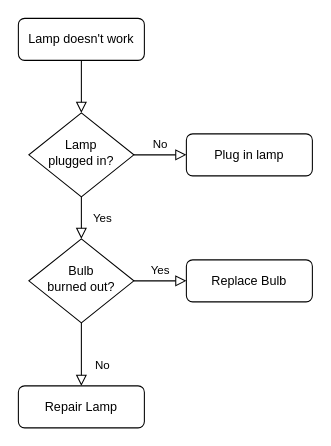
Earlier version of the draw.io diagram brandsCerts.drawio (tiesgr/brandsCerts). Source tidied: cells renumbered, new cells numbered last; positions are measured from the earlier drawing's top-left corner, leaving out a move shared by most shapes. Both pictures are drawn from the tidied source at 105%, with x=0, y=0 at pixel (18, 18).
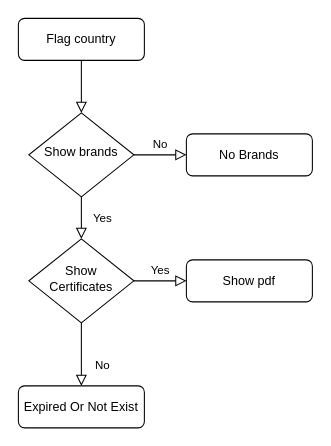
Above is the later version.

Change to the diagram source:
```diff
@@
 <mxGraphModel>
   <root>
     <mxCell id="0" />
     <mxCell id="1" parent="0" />
     <mxCell id="2" style="rounded=0;html=1;jettySize=auto;fontSize=11;endArrow=block;endFill=0;endSize=8;strokeWidth=1;shadow=0;labelBackgroundColor=none;edgeStyle=orthogonalEdgeStyle;" parent="1" edge="1" source="3" target="6">
       <mxGeometry relative="1" as="geometry" />
     </mxCell>
-    <mxCell id="3" value="Lamp doesn't work" style="rounded=1;whiteSpace=wrap;html=1;fontSize=12;glass=0;strokeWidth=1;shadow=0;" parent="1" vertex="1">
+    <mxCell id="3" value="Flag country" style="rounded=1;whiteSpace=wrap;html=1;fontSize=12;glass=0;strokeWidth=1;shadow=0;" parent="1" vertex="1">
       <mxGeometry width="120" height="40" as="geometry" />
     </mxCell>
     <mxCell id="4" value="Yes" style="rounded=0;html=1;jettySize=auto;fontSize=11;endArrow=block;endFill=0;endSize=8;strokeWidth=1;shadow=0;labelBackgroundColor=none;edgeStyle=orthogonalEdgeStyle;" parent="1" edge="1" source="6" target="10">
       <mxGeometry y="20" relative="1" as="geometry" />
     </mxCell>
     <mxCell id="5" value="No" style="edgeStyle=orthogonalEdgeStyle;rounded=0;html=1;jettySize=auto;fontSize=11;endArrow=block;endFill=0;endSize=8;strokeWidth=1;shadow=0;labelBackgroundColor=none;" parent="1" edge="1" source="6" target="7">
       <mxGeometry y="10" relative="1" as="geometry" />
     </mxCell>
-    <mxCell id="6" value="Lamp&lt;br&gt;plugged in?" style="rhombus;whiteSpace=wrap;html=1;shadow=0;fontFamily=Helvetica;fontSize=12;align=center;strokeWidth=1;spacing=6;spacingTop=-4;" parent="1" vertex="1">
+    <mxCell id="6" value="Show brands" style="rhombus;whiteSpace=wrap;html=1;shadow=0;fontFamily=Helvetica;fontSize=12;align=center;strokeWidth=1;spacing=6;spacingTop=-4;" parent="1" vertex="1">
       <mxGeometry x="10" y="90" width="100" height="80" as="geometry" />
     </mxCell>
-    <mxCell id="7" value="Plug in lamp" style="rounded=1;whiteSpace=wrap;html=1;fontSize=12;glass=0;strokeWidth=1;shadow=0;" parent="1" vertex="1">
+    <mxCell id="7" value="No Brands" style="rounded=1;whiteSpace=wrap;html=1;fontSize=12;glass=0;strokeWidth=1;shadow=0;" parent="1" vertex="1">
       <mxGeometry x="160" y="110" width="120" height="40" as="geometry" />
     </mxCell>
     <mxCell id="8" value="No" style="rounded=0;html=1;jettySize=auto;fontSize=11;endArrow=block;endFill=0;endSize=8;strokeWidth=1;shadow=0;labelBackgroundColor=none;edgeStyle=orthogonalEdgeStyle;" parent="1" edge="1" source="10" target="11">
       <mxGeometry x="0.33" y="20" relative="1" as="geometry" />
     </mxCell>
     <mxCell id="9" value="Yes" style="edgeStyle=orthogonalEdgeStyle;rounded=0;html=1;jettySize=auto;fontSize=11;endArrow=block;endFill=0;endSize=8;strokeWidth=1;shadow=0;labelBackgroundColor=none;" parent="1" edge="1" source="10" target="12">
       <mxGeometry y="10" relative="1" as="geometry" />
     </mxCell>
-    <mxCell id="10" value="Bulb&lt;br&gt;burned out?" style="rhombus;whiteSpace=wrap;html=1;shadow=0;fontFamily=Helvetica;fontSize=12;align=center;strokeWidth=1;spacing=6;spacingTop=-4;" parent="1" vertex="1">
+    <mxCell id="10" value="Show Certificates" style="rhombus;whiteSpace=wrap;html=1;shadow=0;fontFamily=Helvetica;fontSize=12;align=center;strokeWidth=1;spacing=6;spacingTop=-4;" parent="1" vertex="1">
       <mxGeometry x="10" y="210" width="100" height="80" as="geometry" />
     </mxCell>
-    <mxCell id="11" value="Repair Lamp" style="rounded=1;whiteSpace=wrap;html=1;fontSize=12;glass=0;strokeWidth=1;shadow=0;" parent="1" vertex="1">
+    <mxCell id="11" value="Expired Or Not Exist" style="rounded=1;whiteSpace=wrap;html=1;fontSize=12;glass=0;strokeWidth=1;shadow=0;" parent="1" vertex="1">
       <mxGeometry y="350" width="120" height="40" as="geometry" />
     </mxCell>
-    <mxCell id="12" value="Replace Bulb" style="rounded=1;whiteSpace=wrap;html=1;fontSize=12;glass=0;strokeWidth=1;shadow=0;" parent="1" vertex="1">
+    <mxCell id="12" value="Show pdf" style="rounded=1;whiteSpace=wrap;html=1;fontSize=12;glass=0;strokeWidth=1;shadow=0;" parent="1" vertex="1">
       <mxGeometry x="160" y="230" width="120" height="40" as="geometry" />
     </mxCell>
   </root>
 </mxGraphModel>
```
